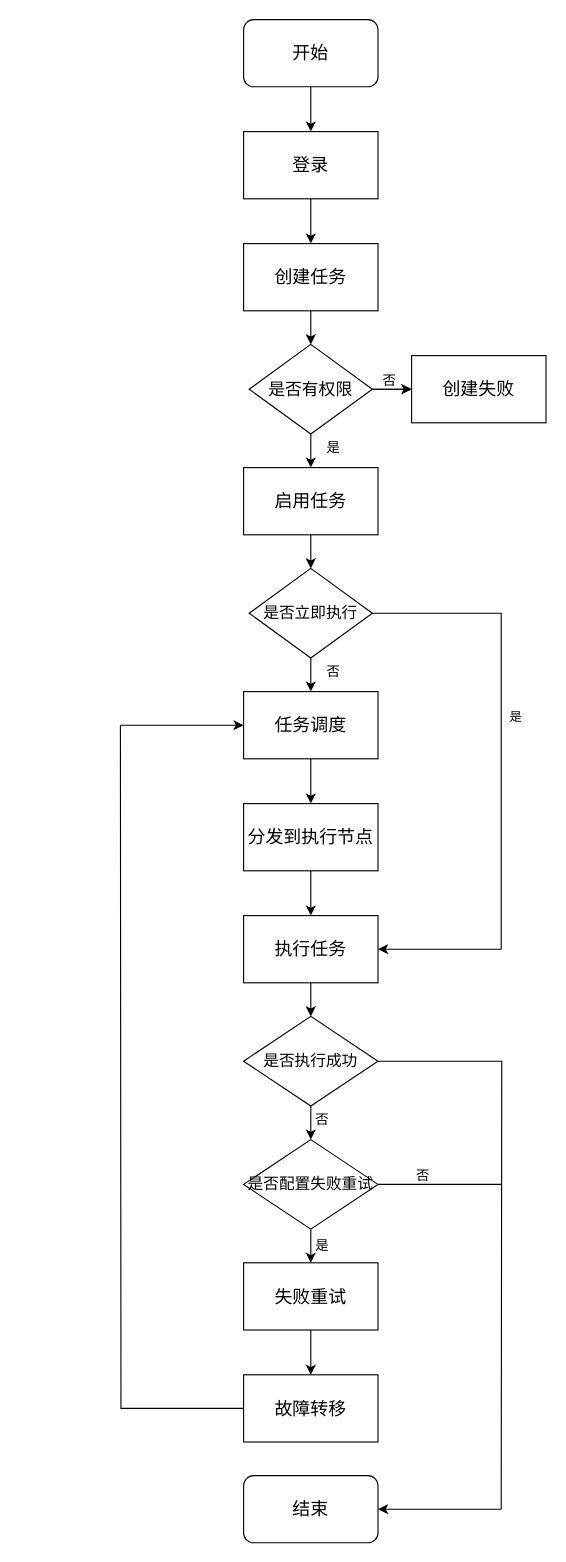
This is 系统流程图.drawio from tianshengdiwangK/common, a draw.io file, before an edit. Source tidied: cells renumbered, new cells numbered last; positions are measured from the earlier drawing's top-left corner, leaving out a move shared by most shapes. Both pictures are drawn from the tidied source at 112%, with x=0, y=0 at pixel (120, 19).
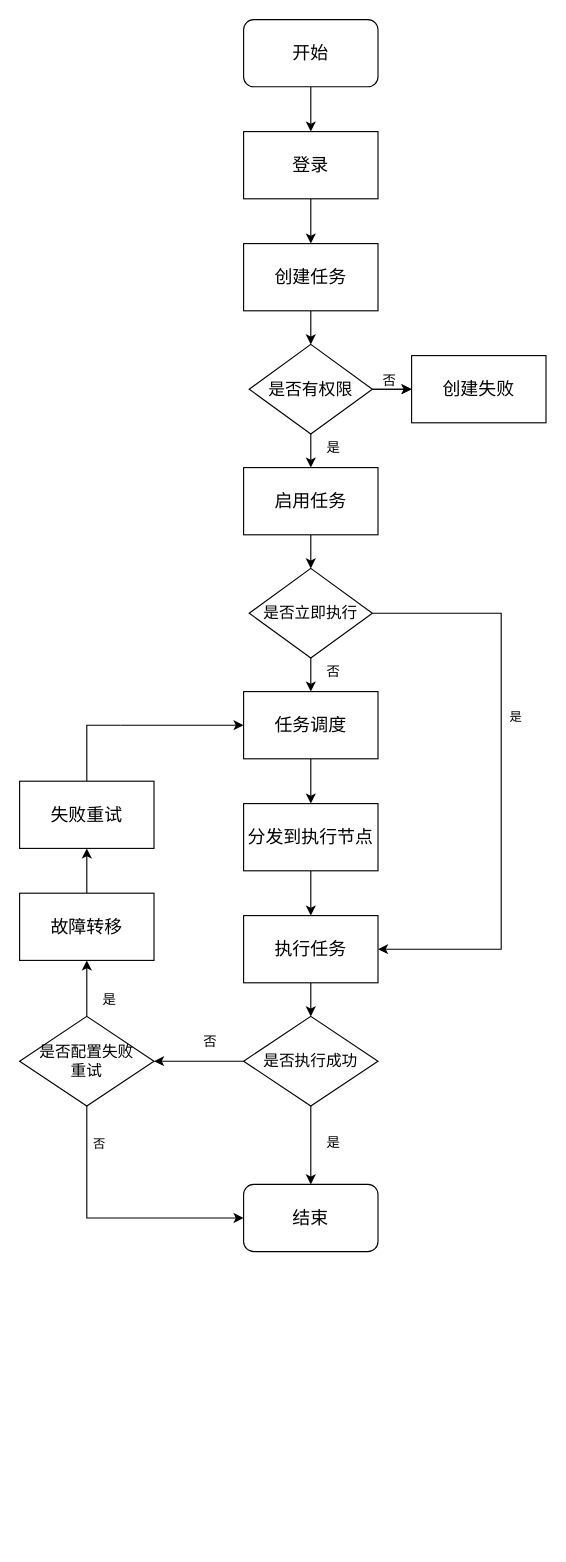
After the change.

Commit message:
更新系统流程图.drawio

Unchanged cells that the change refers to:
```xml
<mxCell id="31" value="&lt;font style=&quot;font-size: 14px;&quot;&gt;是否执行成功&lt;/font&gt;" style="rhombus;whiteSpace=wrap;html=1;" parent="1" vertex="1">
  <mxGeometry x="110" y="890" width="120" height="80" as="geometry" />
</mxCell>
```

Change to the diagram source:
```diff
@@
-    <mxCell id="29" style="edgeStyle=orthogonalEdgeStyle;rounded=0;jettySize=auto;html=1;entryX=0.5;entryY=0;entryDx=0;entryDy=0;" parent="1" edge="1" source="31" target="34">
-      <mxGeometry relative="1" as="geometry" />
-    </mxCell>
-    <mxCell id="30" style="edgeStyle=orthogonalEdgeStyle;rounded=0;jettySize=auto;html=1;endArrow=none;endFill=0;" parent="1" edge="1" source="31">
-      <mxGeometry relative="1" as="geometry">
-        <mxPoint x="340" y="1330" as="targetPoint" />
-      </mxGeometry>
-    </mxCell>
+    <mxCell id="44" style="edgeStyle=orthogonalEdgeStyle;rounded=0;jettySize=auto;html=1;" parent="1" edge="1" source="31">
+      <mxGeometry relative="1" as="geometry">
+        <mxPoint x="30" y="930" as="targetPoint" />
+      </mxGeometry>
+    </mxCell>
+    <mxCell id="45" style="edgeStyle=orthogonalEdgeStyle;rounded=0;jettySize=auto;html=1;" parent="1" edge="1" source="31" target="40">
+      <mxGeometry relative="1" as="geometry" />
+    </mxCell>
@@
-    <mxCell id="32" style="edgeStyle=orthogonalEdgeStyle;rounded=0;jettySize=auto;html=1;entryX=0.5;entryY=0;entryDx=0;entryDy=0;" parent="1" edge="1" source="34" target="36">
-      <mxGeometry relative="1" as="geometry" />
-    </mxCell>
-    <mxCell id="33" style="edgeStyle=orthogonalEdgeStyle;rounded=0;jettySize=auto;html=1;endArrow=none;endFill=0;" parent="1" edge="1" source="34">
-      <mxGeometry relative="1" as="geometry">
-        <mxPoint x="340" y="1040" as="targetPoint" />
-      </mxGeometry>
-    </mxCell>
-    <mxCell id="34" value="&lt;font style=&quot;font-size: 14px;&quot;&gt;是否配置失败重试&lt;/font&gt;" style="rhombus;whiteSpace=wrap;html=1;" parent="1" vertex="1">
-      <mxGeometry x="110" y="1000" width="120" height="80" as="geometry" />
-    </mxCell>
+    <mxCell id="40" value="&lt;font style=&quot;font-size: 16px;&quot;&gt;结束&lt;/font&gt;" style="rounded=1;whiteSpace=wrap;html=1;" parent="1" vertex="1">
+      <mxGeometry x="110" y="1040" width="120" height="60" as="geometry" />
+    </mxCell>
+    <mxCell id="46" style="edgeStyle=orthogonalEdgeStyle;rounded=0;jettySize=auto;html=1;entryX=0;entryY=0.5;entryDx=0;entryDy=0;exitX=0.5;exitY=1;exitDx=0;exitDy=0;" parent="1" edge="1" source="49" target="40">
+      <mxGeometry relative="1" as="geometry" />
+    </mxCell>
+    <mxCell id="47" value="否" style="edgeLabel;html=1;align=center;verticalAlign=middle;" parent="46" vertex="1">
+      <mxGeometry x="-0.47" y="7" relative="1" as="geometry">
+        <mxPoint x="3" y="-31" as="offset" />
+      </mxGeometry>
+    </mxCell>
+    <mxCell id="48" style="edgeStyle=orthogonalEdgeStyle;rounded=0;jettySize=auto;html=1;entryX=0.5;entryY=1;entryDx=0;entryDy=0;" parent="1" edge="1" source="49" target="38">
+      <mxGeometry relative="1" as="geometry" />
+    </mxCell>
+    <mxCell id="49" value="&lt;font style=&quot;font-size: 14px;&quot;&gt;是否配置失败&lt;br&gt;重试&lt;/font&gt;" style="rhombus;whiteSpace=wrap;html=1;" parent="1" vertex="1">
+      <mxGeometry x="-90" y="890" width="120" height="80" as="geometry" />
+    </mxCell>
-    <mxCell id="35" style="edgeStyle=orthogonalEdgeStyle;rounded=0;jettySize=auto;html=1;entryX=0.5;entryY=0;entryDx=0;entryDy=0;" parent="1" edge="1" source="36" target="38">
+    <mxCell id="35" style="edgeStyle=orthogonalEdgeStyle;rounded=0;jettySize=auto;html=1;endArrow=none;endFill=0;startArrow=classic;startFill=1;" parent="1" edge="1" source="36" target="38">
       <mxGeometry relative="1" as="geometry" />
     </mxCell>
+    <mxCell id="50" style="edgeStyle=orthogonalEdgeStyle;rounded=0;jettySize=auto;html=1;endArrow=none;endFill=0;" parent="1" edge="1" source="36">
+      <mxGeometry relative="1" as="geometry">
+        <mxPoint y="630" as="targetPoint" />
+        <Array as="points">
+          <mxPoint x="-30" y="630" />
+        </Array>
+      </mxGeometry>
+    </mxCell>
-    <mxCell id="36" value="&lt;font style=&quot;font-size: 16px;&quot;&gt;失败重试&lt;/font&gt;" style="rounded=0;whiteSpace=wrap;html=1;" parent="1" vertex="1">
-      <mxGeometry x="110" y="1110" width="120" height="60" as="geometry" />
+    <mxCell id="36" value="&lt;font style=&quot;font-size: 16px;&quot;&gt;失败重试&lt;/font&gt;" style="whiteSpace=wrap;html=1;" parent="1" vertex="1">
+      <mxGeometry x="-90" y="680" width="120" height="60" as="geometry" />
     </mxCell>
-    <mxCell id="37" style="edgeStyle=orthogonalEdgeStyle;rounded=0;jettySize=auto;html=1;endArrow=none;endFill=0;" parent="1" edge="1" source="38">
-      <mxGeometry relative="1" as="geometry">
-        <mxPoint y="630" as="targetPoint" />
-      </mxGeometry>
-    </mxCell>
-    <mxCell id="38" value="&lt;font style=&quot;font-size: 16px;&quot;&gt;故障转移&lt;/font&gt;" style="rounded=0;whiteSpace=wrap;html=1;" parent="1" vertex="1">
-      <mxGeometry x="110" y="1210" width="120" height="60" as="geometry" />
+    <mxCell id="38" value="&lt;font style=&quot;font-size: 16px;&quot;&gt;故障转移&lt;/font&gt;" style="whiteSpace=wrap;html=1;" parent="1" vertex="1">
+      <mxGeometry x="-90" y="780" width="120" height="60" as="geometry" />
     </mxCell>
-    <mxCell id="39" style="edgeStyle=orthogonalEdgeStyle;rounded=0;jettySize=auto;html=1;endArrow=none;endFill=0;startArrow=classic;startFill=1;" parent="1" edge="1" source="40">
-      <mxGeometry relative="1" as="geometry">
-        <mxPoint x="340" y="1330" as="targetPoint" />
-      </mxGeometry>
-    </mxCell>
-    <mxCell id="40" value="&lt;font style=&quot;font-size: 16px;&quot;&gt;结束&lt;/font&gt;" style="rounded=1;whiteSpace=wrap;html=1;" parent="1" vertex="1">
-      <mxGeometry x="110" y="1300" width="120" height="60" as="geometry" />
-    </mxCell>
-    <mxCell id="41" value="否" style="text;html=1;align=center;verticalAlign=middle;strokeColor=none;fillColor=none;" parent="1" vertex="1">
-      <mxGeometry x="160" y="968" width="40" height="30" as="geometry" />
-    </mxCell>
-    <mxCell id="42" value="是" style="text;html=1;align=center;verticalAlign=middle;strokeColor=none;fillColor=none;" parent="1" vertex="1">
-      <mxGeometry x="160" y="1080" width="40" height="30" as="geometry" />
-    </mxCell>
-    <mxCell id="43" value="否" style="text;html=1;align=center;verticalAlign=middle;strokeColor=none;fillColor=none;" parent="1" vertex="1">
-      <mxGeometry x="250" y="1018" width="40" height="30" as="geometry" />
-    </mxCell>
+    <mxCell id="51" value="否" style="text;html=1;align=center;verticalAlign=middle;strokeColor=none;fillColor=none;" parent="1" vertex="1">
+      <mxGeometry x="60" y="898" width="40" height="30" as="geometry" />
+    </mxCell>
+    <mxCell id="52" value="是" style="text;html=1;align=center;verticalAlign=middle;strokeColor=none;fillColor=none;" parent="1" vertex="1">
+      <mxGeometry x="170" y="988" width="40" height="30" as="geometry" />
+    </mxCell>
+    <mxCell id="53" value="是" style="text;html=1;align=center;verticalAlign=middle;strokeColor=none;fillColor=none;" parent="1" vertex="1">
+      <mxGeometry x="-30" y="860" width="40" height="30" as="geometry" />
+    </mxCell>
```
